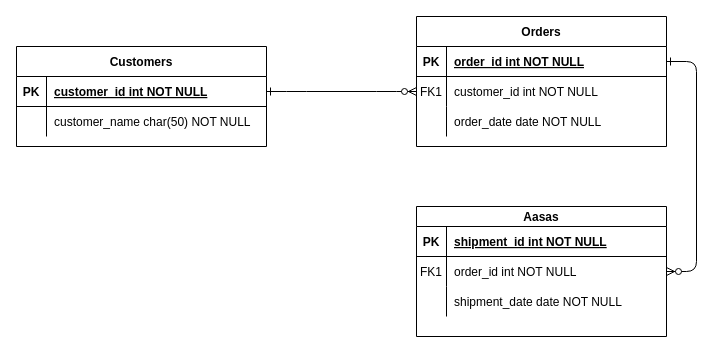
Earlier version of the draw.io diagram Untitled Diagram.drawio (Avneesh-Singh11/Databases). Source tidied: cells renumbered, new cells numbered last; positions are measured from the earlier drawing's top-left corner, leaving out a move shared by most shapes. Both pictures are drawn from the tidied source at 100%, with x=0, y=0 at pixel (16, 16).
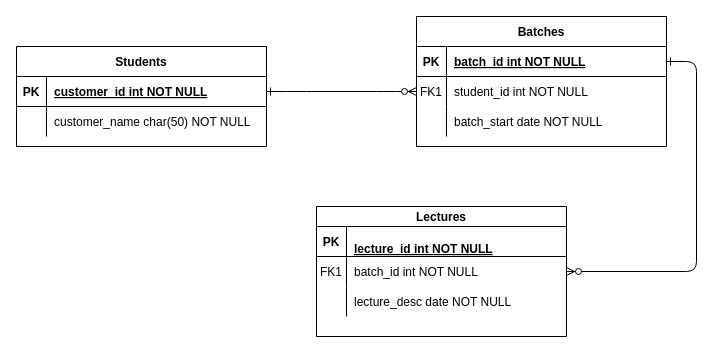
Above is the later version.

Unchanged cells that the change refers to:
```xml
<mxCell id="5" style="shape=partialRectangle;fillColor=none;points=[[0,0.5],[1,0.5]];portConstraint=eastwest;top=0;left=0;right=0;bottom=1;" parent="4" vertex="1">
  <mxGeometry y="30" width="250" height="30" as="geometry" />
</mxCell>
<mxCell id="8" style="shape=partialRectangle;fillColor=none;points=[[0,0.5],[1,0.5]];portConstraint=eastwest;top=0;left=0;right=0;bottom=0;" parent="4" vertex="1">
  <mxGeometry y="60" width="250" height="30" as="geometry" />
</mxCell>
<mxCell id="11" style="shape=partialRectangle;fillColor=none;top=0;left=0;right=0;bottom=0;" parent="4" vertex="1">
  <mxGeometry y="90" width="250" height="30" as="geometry" />
</mxCell>
<mxCell id="15" style="shape=partialRectangle;fillColor=none;top=0;left=0;right=0;bottom=1;" parent="14" vertex="1">
  <mxGeometry y="20" width="250" height="30" as="geometry" />
</mxCell>
<mxCell id="18" style="shape=partialRectangle;fillColor=none;points=[[0,0.5],[1,0.5]];portConstraint=eastwest;top=0;left=0;right=0;bottom=0;" parent="14" vertex="1">
  <mxGeometry y="50" width="250" height="30" as="geometry" />
</mxCell>
<mxCell id="21" style="shape=partialRectangle;fillColor=none;top=0;left=0;right=0;bottom=0;" parent="14" vertex="1">
  <mxGeometry y="80" width="250" height="30" as="geometry" />
</mxCell>
```

Change to the diagram source:
```diff
@@
-    <mxCell id="4" value="Orders" style="shape=table;startSize=30;childLayout=tableLayout;rowLines=0;fontStyle=1;align=center;" parent="1" vertex="1">
+    <mxCell id="4" value="Batches" style="shape=table;startSize=30;childLayout=tableLayout;rowLines=0;fontStyle=1;align=center;" parent="1" vertex="1">
       <mxGeometry x="400" width="250" height="130" as="geometry" />
     </mxCell>
@@
-    <mxCell id="7" value="order_id int NOT NULL " style="shape=partialRectangle;overflow=hidden;fillColor=none;top=0;left=0;bottom=0;right=0;align=left;spacingLeft=6;fontStyle=5;" parent="5" vertex="1">
+    <mxCell id="7" value="batch_id int NOT NULL " style="shape=partialRectangle;overflow=hidden;fillColor=none;top=0;left=0;bottom=0;right=0;align=left;spacingLeft=6;fontStyle=5;" parent="5" vertex="1">
       <mxGeometry x="30" width="220" height="30" as="geometry" />
     </mxCell>
@@
-    <mxCell id="10" value="customer_id int NOT NULL" style="shape=partialRectangle;overflow=hidden;fillColor=none;top=0;left=0;bottom=0;right=0;align=left;spacingLeft=6;" parent="8" vertex="1">
+    <mxCell id="10" value="student_id int NOT NULL" style="shape=partialRectangle;overflow=hidden;fillColor=none;top=0;left=0;bottom=0;right=0;align=left;spacingLeft=6;" parent="8" vertex="1">
       <mxGeometry x="30" width="220" height="30" as="geometry" />
     </mxCell>
@@
-    <mxCell id="13" value="order_date date NOT NULL" style="shape=partialRectangle;overflow=hidden;fillColor=none;top=0;left=0;bottom=0;right=0;align=left;spacingLeft=6;" parent="11" vertex="1">
+    <mxCell id="13" value="batch_start date NOT NULL" style="shape=partialRectangle;overflow=hidden;fillColor=none;top=0;left=0;bottom=0;right=0;align=left;spacingLeft=6;" parent="11" vertex="1">
       <mxGeometry x="30" width="220" height="30" as="geometry" />
     </mxCell>
-    <mxCell id="14" value="Aasas" style="shape=table;startSize=20;childLayout=tableLayout;rowLines=0;fontStyle=1;align=center;" parent="1" vertex="1">
-      <mxGeometry x="400" y="190" width="250" height="130" as="geometry" />
+    <mxCell id="14" value="Lectures" style="shape=table;startSize=20;childLayout=tableLayout;rowLines=0;fontStyle=1;align=center;" parent="1" vertex="1">
+      <mxGeometry x="300" y="190" width="250" height="130" as="geometry" />
     </mxCell>
@@
-    <mxCell id="17" value="shipment_id int NOT NULL " style="shape=partialRectangle;overflow=hidden;fillColor=none;top=0;left=0;bottom=0;right=0;align=left;spacingLeft=6;fontStyle=5;" parent="15" vertex="1">
+    <mxCell id="17" value="&#10;lecture_id int NOT NULL" style="shape=partialRectangle;overflow=hidden;fillColor=none;top=0;left=0;bottom=0;right=0;align=left;spacingLeft=6;fontStyle=5;" parent="15" vertex="1">
       <mxGeometry x="30" width="220" height="30" as="geometry" />
     </mxCell>
@@
-    <mxCell id="20" value="order_id int NOT NULL" style="shape=partialRectangle;overflow=hidden;fillColor=none;top=0;left=0;bottom=0;right=0;align=left;spacingLeft=6;" parent="18" vertex="1">
+    <mxCell id="20" value="batch_id int NOT NULL" style="shape=partialRectangle;overflow=hidden;fillColor=none;top=0;left=0;bottom=0;right=0;align=left;spacingLeft=6;" parent="18" vertex="1">
       <mxGeometry x="30" width="220" height="30" as="geometry" />
     </mxCell>
@@
-    <mxCell id="23" value="shipment_date date NOT NULL" style="shape=partialRectangle;overflow=hidden;fillColor=none;top=0;left=0;bottom=0;right=0;align=left;spacingLeft=6;" parent="21" vertex="1">
+    <mxCell id="23" value="lecture_desc date NOT NULL" style="shape=partialRectangle;overflow=hidden;fillColor=none;top=0;left=0;bottom=0;right=0;align=left;spacingLeft=6;" parent="21" vertex="1">
       <mxGeometry x="30" width="220" height="30" as="geometry" />
     </mxCell>
-    <mxCell id="24" value="Customers" style="shape=table;startSize=30;childLayout=tableLayout;rowLines=0;fontStyle=1;align=center;" parent="1" vertex="1">
+    <mxCell id="24" value="Students" style="shape=table;startSize=30;childLayout=tableLayout;rowLines=0;fontStyle=1;align=center;" parent="1" vertex="1">
       <mxGeometry y="30" width="250" height="100" as="geometry" />
     </mxCell>
```
